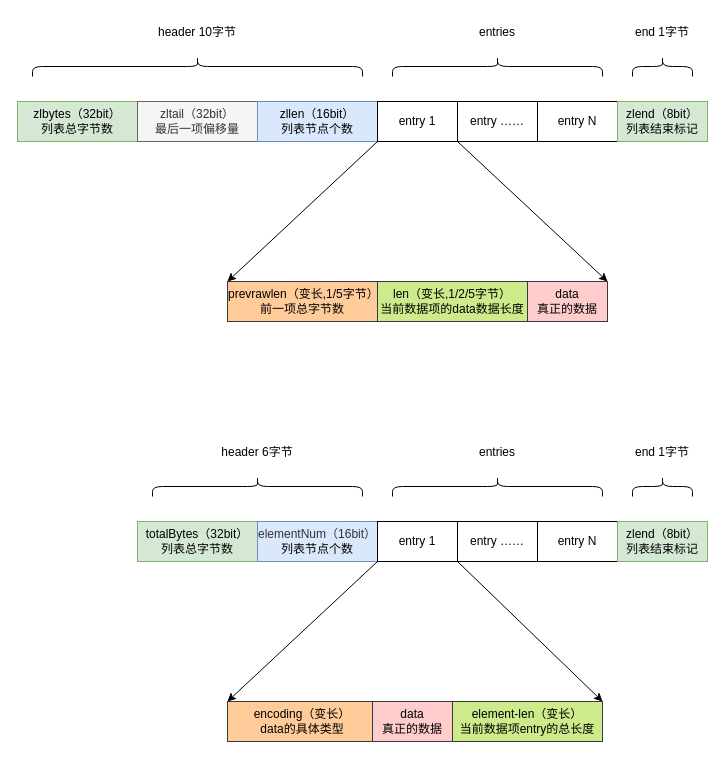
The draw.io diagram redis data structure.drawio in ljheee/image-host, before the edit. Source tidied: cells renumbered, new cells numbered last; positions are measured from the earlier drawing's top-left corner, leaving out a move shared by most shapes. Both pictures are drawn from the tidied source at 100%, with x=0, y=0 at pixel (17, -99).
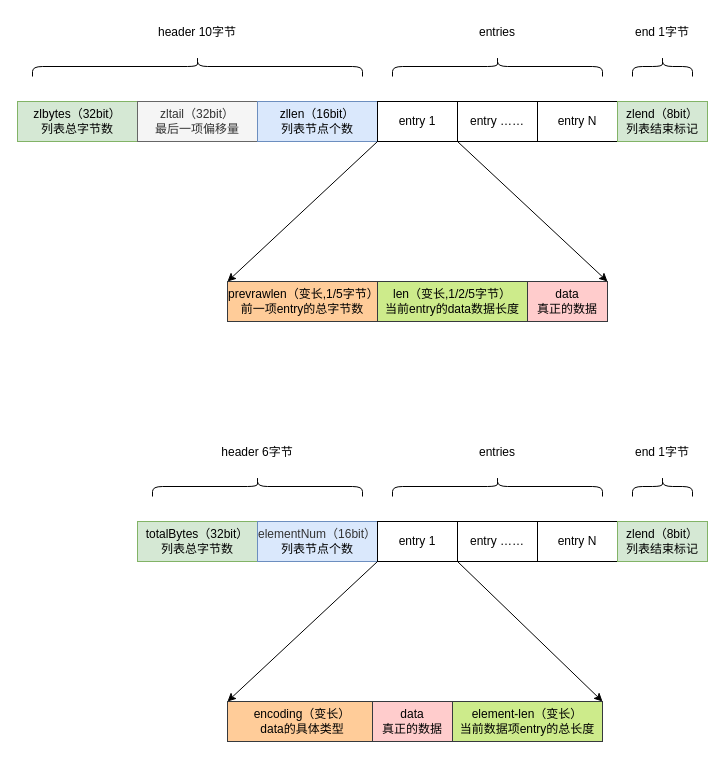
Above is the later version.

Diff of the diagram source:
```diff
@@
-    <mxCell id="9" value="prevrawlen（变长,1/5字节）&lt;div&gt;前一项总字节数&lt;/div&gt;" style="rounded=0;whiteSpace=wrap;html=1;fillColor=#ffcc99;strokeColor=#36393d;" parent="1" vertex="1">
+    <mxCell id="9" value="prevrawlen（变长,1/5字节）&lt;div&gt;前一项entry的总字节数&lt;/div&gt;" style="rounded=0;whiteSpace=wrap;html=1;fillColor=#ffcc99;strokeColor=#36393d;" parent="1" vertex="1">
       <mxGeometry x="210" y="380" width="150" height="40" as="geometry" />
     </mxCell>
-    <mxCell id="10" value="len（变长,1/2/5字节）&lt;div&gt;当前数据项的data数据长度&lt;/div&gt;" style="rounded=0;whiteSpace=wrap;html=1;fillColor=#cdeb8b;strokeColor=#36393d;" parent="1" vertex="1">
+    <mxCell id="10" value="len（变长,1/2/5字节）&lt;div&gt;当前entry的data数据长度&lt;/div&gt;" style="rounded=0;whiteSpace=wrap;html=1;fillColor=#cdeb8b;strokeColor=#36393d;" parent="1" vertex="1">
       <mxGeometry x="360" y="380" width="150" height="40" as="geometry" />
     </mxCell>
```
